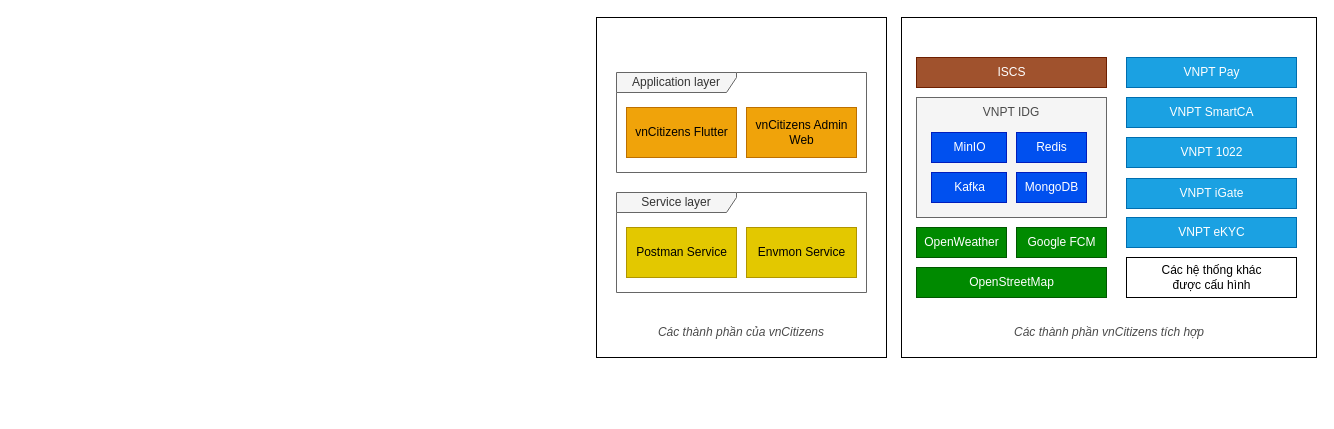
mitgaming/drawio keeps this draw.io diagram as iscs.drawio. Above is the earlier version. Source tidied: cells renumbered, new cells numbered last; positions are measured from the earlier drawing's top-left corner, leaving out a move shared by most shapes. Both pictures are drawn from the tidied source at 100%, with x=0, y=0 at pixel (596, 17).
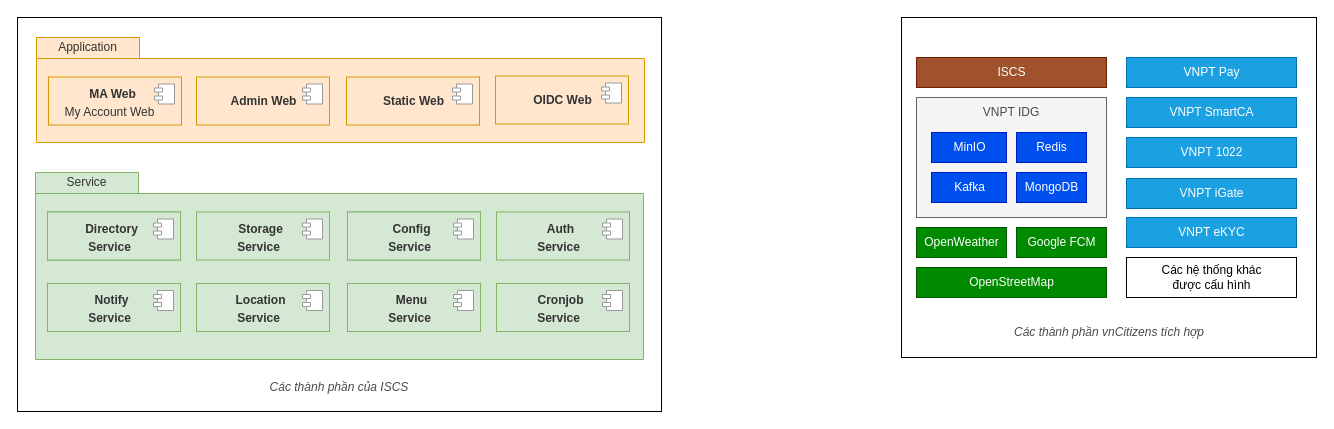
Above is the later version.

What changed in the source:
```diff
@@
     <mxCell id="4" style="rounded=0;whiteSpace=wrap;html=1;" parent="1" vertex="1">
-      <mxGeometry width="290" height="340" as="geometry" />
+      <mxGeometry x="-579" width="644" height="394" as="geometry" />
     </mxCell>
-    <mxCell id="5" value="Application layer" style="shape=umlFrame;whiteSpace=wrap;html=1;width=120;height=20;fillColor=#f5f5f5;fontColor=#333333;strokeColor=#666666;" parent="1" vertex="1">
-      <mxGeometry x="20" y="55" width="250" height="100" as="geometry" />
-    </mxCell>
-    <mxCell id="6" value="vnCitizens Flutter" style="html=1;fillColor=#f0a30a;fontColor=#000000;strokeColor=#BD7000;" parent="1" vertex="1">
-      <mxGeometry x="30" y="90" width="110" height="50" as="geometry" />
-    </mxCell>
-    <mxCell id="7" value="vnCitizens Admin&lt;br&gt;Web" style="html=1;fillColor=#f0a30a;fontColor=#000000;strokeColor=#BD7000;" parent="1" vertex="1">
-      <mxGeometry x="150" y="90" width="110" height="50" as="geometry" />
-    </mxCell>
-    <mxCell id="8" value="Service layer" style="shape=umlFrame;whiteSpace=wrap;html=1;width=120;height=20;fillColor=#f5f5f5;fontColor=#333333;strokeColor=#666666;" parent="1" vertex="1">
-      <mxGeometry x="20" y="175" width="250" height="100" as="geometry" />
-    </mxCell>
@@
-    <mxCell id="13" value="Postman Service" style="html=1;fillColor=#e3c800;fontColor=#000000;strokeColor=#B09500;" parent="1" vertex="1">
-      <mxGeometry x="30" y="210" width="110" height="50" as="geometry" />
-    </mxCell>
-    <mxCell id="14" value="Các thành phần của vnCitizens" style="text;html=1;strokeColor=none;fillColor=none;align=center;verticalAlign=middle;whiteSpace=wrap;rounded=0;fontColor=#4A4A4A;fontStyle=2;" parent="1" vertex="1">
-      <mxGeometry x="50" y="300" width="190" height="30" as="geometry" />
+    <mxCell id="14" value="Các thành phần của ISCS" style="text;html=1;strokeColor=none;fillColor=none;align=center;verticalAlign=middle;whiteSpace=wrap;rounded=0;fontColor=#4A4A4A;fontStyle=2;" parent="1" vertex="1">
+      <mxGeometry x="-352" y="355" width="190" height="30" as="geometry" />
     </mxCell>
@@
-    <mxCell id="27" value="Envmon Service" style="html=1;fillColor=#e3c800;fontColor=#000000;strokeColor=#B09500;" parent="1" vertex="1">
-      <mxGeometry x="150" y="210" width="110" height="50" as="geometry" />
-    </mxCell>
+    <mxCell id="28" style="group;" parent="1" vertex="1">
+      <mxGeometry x="-560" y="20" width="718" height="126" as="geometry" />
+    </mxCell>
+    <mxCell id="29" style="shape=folder;fontStyle=1;spacingTop=10;tabWidth=103;tabHeight=21;tabPosition=left;html=1;strokeColor=#d79b00;fillColor=#ffe6cc;" parent="28" vertex="1">
+      <mxGeometry width="608" height="105" as="geometry" />
+    </mxCell>
+    <mxCell id="30" value="&lt;span style=&quot;color: rgb(51 , 51 , 51)&quot;&gt;Application&lt;/span&gt;" style="text;html=1;align=center;verticalAlign=middle;strokeColor=none;fillColor=none;" parent="28" vertex="1">
+      <mxGeometry x="16" y="1" width="69" height="18" as="geometry" />
+    </mxCell>
+    <mxCell id="31" style="group;" parent="28" vertex="1">
+      <mxGeometry x="459" y="38.5" width="133" height="57" as="geometry" />
+    </mxCell>
+    <mxCell id="32" value="&lt;p style=&quot;line-height: 0.7&quot;&gt;&lt;/p&gt;&lt;h2 style=&quot;font-size: 13px&quot;&gt;&lt;br&gt;&lt;/h2&gt;&lt;p&gt;&lt;/p&gt;" style="html=1;strokeColor=#d79b00;fillColor=#ffe6cc;" parent="31" vertex="1">
+      <mxGeometry width="133" height="48" as="geometry" />
+    </mxCell>
+    <mxCell id="33" style="shape=module;jettyWidth=8;jettyHeight=4;strokeColor=#999999;" parent="32" vertex="1">
+      <mxGeometry x="1" width="20" height="20" relative="1" as="geometry">
+        <mxPoint x="-27" y="7" as="offset" />
+      </mxGeometry>
+    </mxCell>
+    <mxCell id="34" value="&lt;span style=&quot;color: rgb(51 , 51 , 51)&quot;&gt;&lt;b&gt;OIDC Web&lt;/b&gt;&lt;/span&gt;" style="text;html=1;align=center;verticalAlign=middle;strokeColor=none;fillColor=none;" parent="31" vertex="1">
+      <mxGeometry x="33" y="15" width="68" height="18" as="geometry" />
+    </mxCell>
+    <mxCell id="35" style="group;" parent="28" vertex="1">
+      <mxGeometry x="12" y="39.5" width="133" height="48" as="geometry" />
+    </mxCell>
+    <mxCell id="36" value="&lt;p style=&quot;line-height: 0.7&quot;&gt;&lt;/p&gt;&lt;h2 style=&quot;font-size: 13px&quot;&gt;&lt;br&gt;&lt;/h2&gt;&lt;p&gt;&lt;/p&gt;" style="html=1;strokeColor=#d79b00;fillColor=#ffe6cc;" parent="35" vertex="1">
+      <mxGeometry width="133" height="48" as="geometry" />
+    </mxCell>
+    <mxCell id="37" style="shape=module;jettyWidth=8;jettyHeight=4;strokeColor=#999999;" parent="36" vertex="1">
+      <mxGeometry x="1" width="20" height="20" relative="1" as="geometry">
+        <mxPoint x="-27" y="7" as="offset" />
+      </mxGeometry>
+    </mxCell>
+    <mxCell id="38" value="&lt;span style=&quot;color: rgb(51 , 51 , 51)&quot;&gt;&lt;b&gt;MA Web&lt;/b&gt;&lt;/span&gt;" style="text;html=1;align=center;verticalAlign=middle;strokeColor=none;fillColor=none;" parent="35" vertex="1">
+      <mxGeometry x="35" y="8" width="57" height="18" as="geometry" />
+    </mxCell>
+    <mxCell id="39" value="&lt;span style=&quot;color: rgb(51 , 51 , 51)&quot;&gt;My Account Web&lt;/span&gt;" style="text;html=1;align=center;verticalAlign=middle;strokeColor=none;fillColor=none;" parent="35" vertex="1">
+      <mxGeometry x="11" y="26" width="100" height="18" as="geometry" />
+    </mxCell>
+    <mxCell id="40" style="group;" parent="28" vertex="1">
+      <mxGeometry x="160" y="39.5" width="133" height="48" as="geometry" />
+    </mxCell>
+    <mxCell id="41" value="&lt;p style=&quot;line-height: 0.7&quot;&gt;&lt;/p&gt;&lt;h2 style=&quot;font-size: 13px&quot;&gt;&lt;br&gt;&lt;/h2&gt;&lt;p&gt;&lt;/p&gt;" style="html=1;strokeColor=#d79b00;fillColor=#ffe6cc;" parent="40" vertex="1">
+      <mxGeometry width="133" height="48" as="geometry" />
+    </mxCell>
+    <mxCell id="42" style="shape=module;jettyWidth=8;jettyHeight=4;strokeColor=#999999;" parent="41" vertex="1">
+      <mxGeometry x="1" width="20" height="20" relative="1" as="geometry">
+        <mxPoint x="-27" y="7" as="offset" />
+      </mxGeometry>
+    </mxCell>
+    <mxCell id="43" value="&lt;font color=&quot;#333333&quot;&gt;&lt;b&gt;Admin Web&lt;/b&gt;&lt;/font&gt;" style="text;html=1;align=center;verticalAlign=middle;strokeColor=none;fillColor=none;" parent="40" vertex="1">
+      <mxGeometry x="28.5" y="15" width="76" height="18" as="geometry" />
+    </mxCell>
+    <mxCell id="44" style="group;" parent="28" vertex="1">
+      <mxGeometry x="310" y="39.5" width="133" height="48" as="geometry" />
+    </mxCell>
+    <mxCell id="45" value="&lt;p style=&quot;line-height: 0.7&quot;&gt;&lt;/p&gt;&lt;h2 style=&quot;font-size: 13px&quot;&gt;&lt;br&gt;&lt;/h2&gt;&lt;p&gt;&lt;/p&gt;" style="html=1;strokeColor=#d79b00;fillColor=#ffe6cc;" parent="44" vertex="1">
+      <mxGeometry width="133" height="48" as="geometry" />
+    </mxCell>
+    <mxCell id="46" style="shape=module;jettyWidth=8;jettyHeight=4;strokeColor=#999999;" parent="45" vertex="1">
+      <mxGeometry x="1" width="20" height="20" relative="1" as="geometry">
+        <mxPoint x="-27" y="7" as="offset" />
+      </mxGeometry>
+    </mxCell>
+    <mxCell id="47" value="&lt;span style=&quot;color: rgb(51 , 51 , 51)&quot;&gt;&lt;b&gt;Static Web&lt;/b&gt;&lt;/span&gt;" style="text;html=1;align=center;verticalAlign=middle;strokeColor=none;fillColor=none;" parent="44" vertex="1">
+      <mxGeometry x="31" y="15" width="71" height="18" as="geometry" />
+    </mxCell>
+    <mxCell id="48" style="group;" parent="1" vertex="1">
+      <mxGeometry x="-561" y="155" width="718" height="187" as="geometry" />
+    </mxCell>
+    <mxCell id="49" style="shape=folder;fontStyle=1;spacingTop=10;tabWidth=103;tabHeight=21;tabPosition=left;html=1;strokeColor=#82b366;fillColor=#d5e8d4;" parent="48" vertex="1">
+      <mxGeometry width="608" height="187" as="geometry" />
+    </mxCell>
+    <mxCell id="50" value="&lt;span style=&quot;color: rgb(51 , 51 , 51)&quot;&gt;Service&lt;/span&gt;" style="text;html=1;align=center;verticalAlign=middle;strokeColor=none;fillColor=none;" parent="48" vertex="1">
+      <mxGeometry x="26" y="1" width="50" height="18" as="geometry" />
+    </mxCell>
+    <mxCell id="51" style="group;fillColor=#d5e8d4;strokeColor=#82b366;" parent="48" vertex="1">
+      <mxGeometry x="12" y="39.5" width="133" height="48" as="geometry" />
+    </mxCell>
+    <mxCell id="52" style="group;" parent="51" vertex="1">
+      <mxGeometry width="133" height="48" as="geometry" />
+    </mxCell>
+    <mxCell id="53" value="&lt;p style=&quot;line-height: 0.7&quot;&gt;&lt;/p&gt;&lt;h2 style=&quot;font-size: 13px&quot;&gt;&lt;br&gt;&lt;/h2&gt;&lt;p&gt;&lt;/p&gt;" style="html=1;strokeColor=#82b366;fillColor=#d5e8d4;" parent="52" vertex="1">
+      <mxGeometry width="133" height="48" as="geometry" />
+    </mxCell>
+    <mxCell id="54" style="shape=module;jettyWidth=8;jettyHeight=4;strokeColor=#999999;" parent="53" vertex="1">
+      <mxGeometry x="1" width="20" height="20" relative="1" as="geometry">
+        <mxPoint x="-27" y="7" as="offset" />
+      </mxGeometry>
+    </mxCell>
+    <mxCell id="55" value="&lt;span style=&quot;color: rgb(51 , 51 , 51)&quot;&gt;&lt;b&gt;Directory&lt;/b&gt;&lt;/span&gt;" style="text;html=1;align=center;verticalAlign=middle;strokeColor=none;fillColor=none;" parent="52" vertex="1">
+      <mxGeometry x="32" y="8" width="63" height="18" as="geometry" />
+    </mxCell>
+    <mxCell id="56" value="&lt;font color=&quot;#333333&quot;&gt;&lt;b&gt;Service&lt;/b&gt;&lt;/font&gt;" style="text;html=1;align=center;verticalAlign=middle;strokeColor=none;fillColor=none;" parent="52" vertex="1">
+      <mxGeometry x="35" y="26" width="53" height="18" as="geometry" />
+    </mxCell>
+    <mxCell id="57" style="group;" parent="48" vertex="1">
+      <mxGeometry x="161" y="39.5" width="133" height="48" as="geometry" />
+    </mxCell>
+    <mxCell id="58" value="&lt;p style=&quot;line-height: 0.7&quot;&gt;&lt;/p&gt;&lt;h2 style=&quot;font-size: 13px&quot;&gt;&lt;br&gt;&lt;/h2&gt;&lt;p&gt;&lt;/p&gt;" style="html=1;strokeColor=#82b366;fillColor=#d5e8d4;" parent="57" vertex="1">
+      <mxGeometry width="133" height="48" as="geometry" />
+    </mxCell>
+    <mxCell id="59" style="shape=module;jettyWidth=8;jettyHeight=4;strokeColor=#999999;" parent="58" vertex="1">
+      <mxGeometry x="1" width="20" height="20" relative="1" as="geometry">
+        <mxPoint x="-27" y="7" as="offset" />
+      </mxGeometry>
+    </mxCell>
+    <mxCell id="60" value="&lt;span style=&quot;color: rgb(51 , 51 , 51)&quot;&gt;&lt;b&gt;Storage&lt;/b&gt;&lt;/span&gt;" style="text;html=1;align=center;verticalAlign=middle;strokeColor=none;fillColor=none;" parent="57" vertex="1">
+      <mxGeometry x="36" y="8" width="55" height="18" as="geometry" />
+    </mxCell>
+    <mxCell id="61" value="&lt;font color=&quot;#333333&quot;&gt;&lt;b&gt;Service&lt;/b&gt;&lt;/font&gt;" style="text;html=1;align=center;verticalAlign=middle;strokeColor=none;fillColor=none;" parent="57" vertex="1">
+      <mxGeometry x="35" y="26" width="53" height="18" as="geometry" />
+    </mxCell>
+    <mxCell id="62" style="group;fillColor=#d5e8d4;strokeColor=#82b366;" parent="48" vertex="1">
+      <mxGeometry x="312" y="39.5" width="133" height="48" as="geometry" />
+    </mxCell>
+    <mxCell id="63" style="group;" parent="62" vertex="1">
+      <mxGeometry width="133" height="48" as="geometry" />
+    </mxCell>
+    <mxCell id="64" value="&lt;p style=&quot;line-height: 0.7&quot;&gt;&lt;/p&gt;&lt;h2 style=&quot;font-size: 13px&quot;&gt;&lt;br&gt;&lt;/h2&gt;&lt;p&gt;&lt;/p&gt;" style="html=1;strokeColor=#82b366;fillColor=#d5e8d4;" parent="63" vertex="1">
+      <mxGeometry width="133" height="48" as="geometry" />
+    </mxCell>
+    <mxCell id="65" style="shape=module;jettyWidth=8;jettyHeight=4;strokeColor=#999999;" parent="64" vertex="1">
+      <mxGeometry x="1" width="20" height="20" relative="1" as="geometry">
+        <mxPoint x="-27" y="7" as="offset" />
+      </mxGeometry>
+    </mxCell>
+    <mxCell id="66" value="&lt;span style=&quot;color: rgb(51 , 51 , 51)&quot;&gt;&lt;b&gt;Config&lt;/b&gt;&lt;/span&gt;" style="text;html=1;align=center;verticalAlign=middle;strokeColor=none;fillColor=none;" parent="63" vertex="1">
+      <mxGeometry x="40" y="8" width="48" height="18" as="geometry" />
+    </mxCell>
+    <mxCell id="67" value="&lt;font color=&quot;#333333&quot;&gt;&lt;b&gt;Service&lt;/b&gt;&lt;/font&gt;" style="text;html=1;align=center;verticalAlign=middle;strokeColor=none;fillColor=none;" parent="63" vertex="1">
+      <mxGeometry x="35" y="26" width="53" height="18" as="geometry" />
+    </mxCell>
+    <mxCell id="68" style="group;" parent="48" vertex="1">
+      <mxGeometry x="461" y="39.5" width="133" height="48" as="geometry" />
+    </mxCell>
+    <mxCell id="69" value="&lt;p style=&quot;line-height: 0.7&quot;&gt;&lt;/p&gt;&lt;h2 style=&quot;font-size: 13px&quot;&gt;&lt;br&gt;&lt;/h2&gt;&lt;p&gt;&lt;/p&gt;" style="html=1;strokeColor=#82b366;fillColor=#d5e8d4;" parent="68" vertex="1">
+      <mxGeometry width="133" height="48" as="geometry" />
+    </mxCell>
+    <mxCell id="70" style="shape=module;jettyWidth=8;jettyHeight=4;strokeColor=#999999;" parent="69" vertex="1">
+      <mxGeometry x="1" width="20" height="20" relative="1" as="geometry">
+        <mxPoint x="-27" y="7" as="offset" />
+      </mxGeometry>
+    </mxCell>
+    <mxCell id="71" value="&lt;span style=&quot;color: rgb(51 , 51 , 51)&quot;&gt;&lt;b&gt;Auth&lt;/b&gt;&lt;/span&gt;" style="text;html=1;align=center;verticalAlign=middle;strokeColor=none;fillColor=none;" parent="68" vertex="1">
+      <mxGeometry x="45" y="8" width="37" height="18" as="geometry" />
+    </mxCell>
+    <mxCell id="72" value="&lt;font color=&quot;#333333&quot;&gt;&lt;b&gt;Service&lt;/b&gt;&lt;/font&gt;" style="text;html=1;align=center;verticalAlign=middle;strokeColor=none;fillColor=none;" parent="68" vertex="1">
+      <mxGeometry x="35" y="26" width="53" height="18" as="geometry" />
+    </mxCell>
+    <mxCell id="73" style="group;fillColor=#d5e8d4;strokeColor=#82b366;" parent="48" vertex="1">
+      <mxGeometry x="12" y="111" width="133" height="48" as="geometry" />
+    </mxCell>
+    <mxCell id="74" style="group;" parent="73" vertex="1">
+      <mxGeometry width="133" height="48" as="geometry" />
+    </mxCell>
+    <mxCell id="75" value="&lt;p style=&quot;line-height: 0.7&quot;&gt;&lt;/p&gt;&lt;h2 style=&quot;font-size: 13px&quot;&gt;&lt;br&gt;&lt;/h2&gt;&lt;p&gt;&lt;/p&gt;" style="html=1;strokeColor=#82b366;fillColor=#d5e8d4;" parent="74" vertex="1">
+      <mxGeometry width="133" height="48" as="geometry" />
+    </mxCell>
+    <mxCell id="76" style="shape=module;jettyWidth=8;jettyHeight=4;strokeColor=#999999;" parent="75" vertex="1">
+      <mxGeometry x="1" width="20" height="20" relative="1" as="geometry">
+        <mxPoint x="-27" y="7" as="offset" />
+      </mxGeometry>
+    </mxCell>
+    <mxCell id="77" value="&lt;span style=&quot;color: rgb(51 , 51 , 51)&quot;&gt;&lt;b&gt;Notify&lt;/b&gt;&lt;/span&gt;" style="text;html=1;align=center;verticalAlign=middle;strokeColor=none;fillColor=none;" parent="74" vertex="1">
+      <mxGeometry x="42" y="8" width="44" height="18" as="geometry" />
+    </mxCell>
+    <mxCell id="78" value="&lt;font color=&quot;#333333&quot;&gt;&lt;b&gt;Service&lt;/b&gt;&lt;/font&gt;" style="text;html=1;align=center;verticalAlign=middle;strokeColor=none;fillColor=none;" parent="74" vertex="1">
+      <mxGeometry x="35" y="26" width="53" height="18" as="geometry" />
+    </mxCell>
+    <mxCell id="79" style="group;" parent="48" vertex="1">
+      <mxGeometry x="161" y="111" width="133" height="48" as="geometry" />
+    </mxCell>
+    <mxCell id="80" value="&lt;p style=&quot;line-height: 0.7&quot;&gt;&lt;/p&gt;&lt;h2 style=&quot;font-size: 13px&quot;&gt;&lt;br&gt;&lt;/h2&gt;&lt;p&gt;&lt;/p&gt;" style="html=1;strokeColor=#82b366;fillColor=#d5e8d4;" parent="79" vertex="1">
+      <mxGeometry width="133" height="48" as="geometry" />
+    </mxCell>
+    <mxCell id="81" style="shape=module;jettyWidth=8;jettyHeight=4;strokeColor=#999999;" parent="80" vertex="1">
+      <mxGeometry x="1" width="20" height="20" relative="1" as="geometry">
+        <mxPoint x="-27" y="7" as="offset" />
+      </mxGeometry>
+    </mxCell>
+    <mxCell id="82" value="&lt;span style=&quot;color: rgb(51 , 51 , 51)&quot;&gt;&lt;b&gt;Location&lt;/b&gt;&lt;/span&gt;" style="text;html=1;align=center;verticalAlign=middle;strokeColor=none;fillColor=none;" parent="79" vertex="1">
+      <mxGeometry x="34" y="8" width="60" height="18" as="geometry" />
+    </mxCell>
+    <mxCell id="83" value="&lt;font color=&quot;#333333&quot;&gt;&lt;b&gt;Service&lt;/b&gt;&lt;/font&gt;" style="text;html=1;align=center;verticalAlign=middle;strokeColor=none;fillColor=none;" parent="79" vertex="1">
+      <mxGeometry x="35" y="26" width="53" height="18" as="geometry" />
+    </mxCell>
+    <mxCell id="84" style="group;fillColor=#d5e8d4;strokeColor=#82b366;" parent="48" vertex="1">
+      <mxGeometry x="312" y="111" width="133" height="48" as="geometry" />
+    </mxCell>
+    <mxCell id="85" style="group;" parent="84" vertex="1">
+      <mxGeometry width="133" height="48" as="geometry" />
+    </mxCell>
+    <mxCell id="86" value="&lt;p style=&quot;line-height: 0.7&quot;&gt;&lt;/p&gt;&lt;h2 style=&quot;font-size: 13px&quot;&gt;&lt;br&gt;&lt;/h2&gt;&lt;p&gt;&lt;/p&gt;" style="html=1;strokeColor=#82b366;fillColor=#d5e8d4;" parent="85" vertex="1">
+      <mxGeometry width="133" height="48" as="geometry" />
+    </mxCell>
+    <mxCell id="87" style="shape=module;jettyWidth=8;jettyHeight=4;strokeColor=#999999;" parent="86" vertex="1">
+      <mxGeometry x="1" width="20" height="20" relative="1" as="geometry">
+        <mxPoint x="-27" y="7" as="offset" />
+      </mxGeometry>
+    </mxCell>
+    <mxCell id="88" value="&lt;span style=&quot;color: rgb(51 , 51 , 51)&quot;&gt;&lt;b&gt;Menu&lt;/b&gt;&lt;/span&gt;" style="text;html=1;align=center;verticalAlign=middle;strokeColor=none;fillColor=none;" parent="85" vertex="1">
+      <mxGeometry x="43" y="8" width="41" height="18" as="geometry" />
+    </mxCell>
+    <mxCell id="89" value="&lt;font color=&quot;#333333&quot;&gt;&lt;b&gt;Service&lt;/b&gt;&lt;/font&gt;" style="text;html=1;align=center;verticalAlign=middle;strokeColor=none;fillColor=none;" parent="85" vertex="1">
+      <mxGeometry x="35" y="26" width="53" height="18" as="geometry" />
+    </mxCell>
+    <mxCell id="90" style="group;" parent="48" vertex="1">
+      <mxGeometry x="461" y="111" width="133" height="48" as="geometry" />
+    </mxCell>
+    <mxCell id="91" value="&lt;p style=&quot;line-height: 0.7&quot;&gt;&lt;/p&gt;&lt;h2 style=&quot;font-size: 13px&quot;&gt;&lt;br&gt;&lt;/h2&gt;&lt;p&gt;&lt;/p&gt;" style="html=1;strokeColor=#82b366;fillColor=#d5e8d4;" parent="90" vertex="1">
+      <mxGeometry width="133" height="48" as="geometry" />
+    </mxCell>
+    <mxCell id="92" style="shape=module;jettyWidth=8;jettyHeight=4;strokeColor=#999999;" parent="91" vertex="1">
+      <mxGeometry x="1" width="20" height="20" relative="1" as="geometry">
+        <mxPoint x="-27" y="7" as="offset" />
+      </mxGeometry>
+    </mxCell>
+    <mxCell id="93" value="&lt;font color=&quot;#333333&quot;&gt;&lt;b&gt;Cronjob&lt;/b&gt;&lt;/font&gt;" style="text;html=1;align=center;verticalAlign=middle;strokeColor=none;fillColor=none;" parent="90" vertex="1">
+      <mxGeometry x="36" y="8" width="56" height="18" as="geometry" />
+    </mxCell>
+    <mxCell id="94" value="&lt;font color=&quot;#333333&quot;&gt;&lt;b&gt;Service&lt;/b&gt;&lt;/font&gt;" style="text;html=1;align=center;verticalAlign=middle;strokeColor=none;fillColor=none;" parent="90" vertex="1">
+      <mxGeometry x="35" y="26" width="53" height="18" as="geometry" />
+    </mxCell>
```
